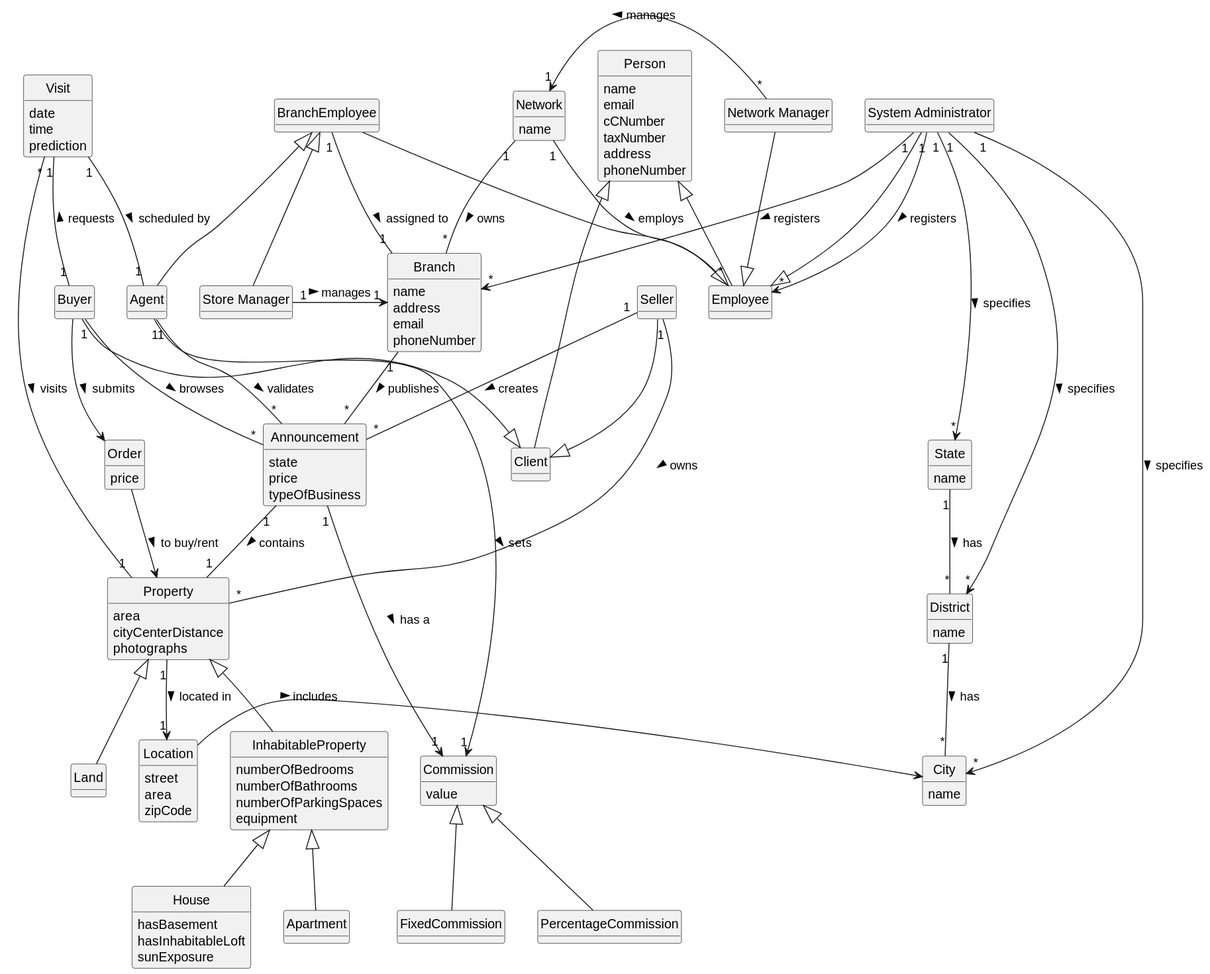
The PlantUML diagram docs/sprintD/global-artifacts/02.analysis/svg/project-domain-model.svg in tiagohcorreia/LAPR2, before a commit.
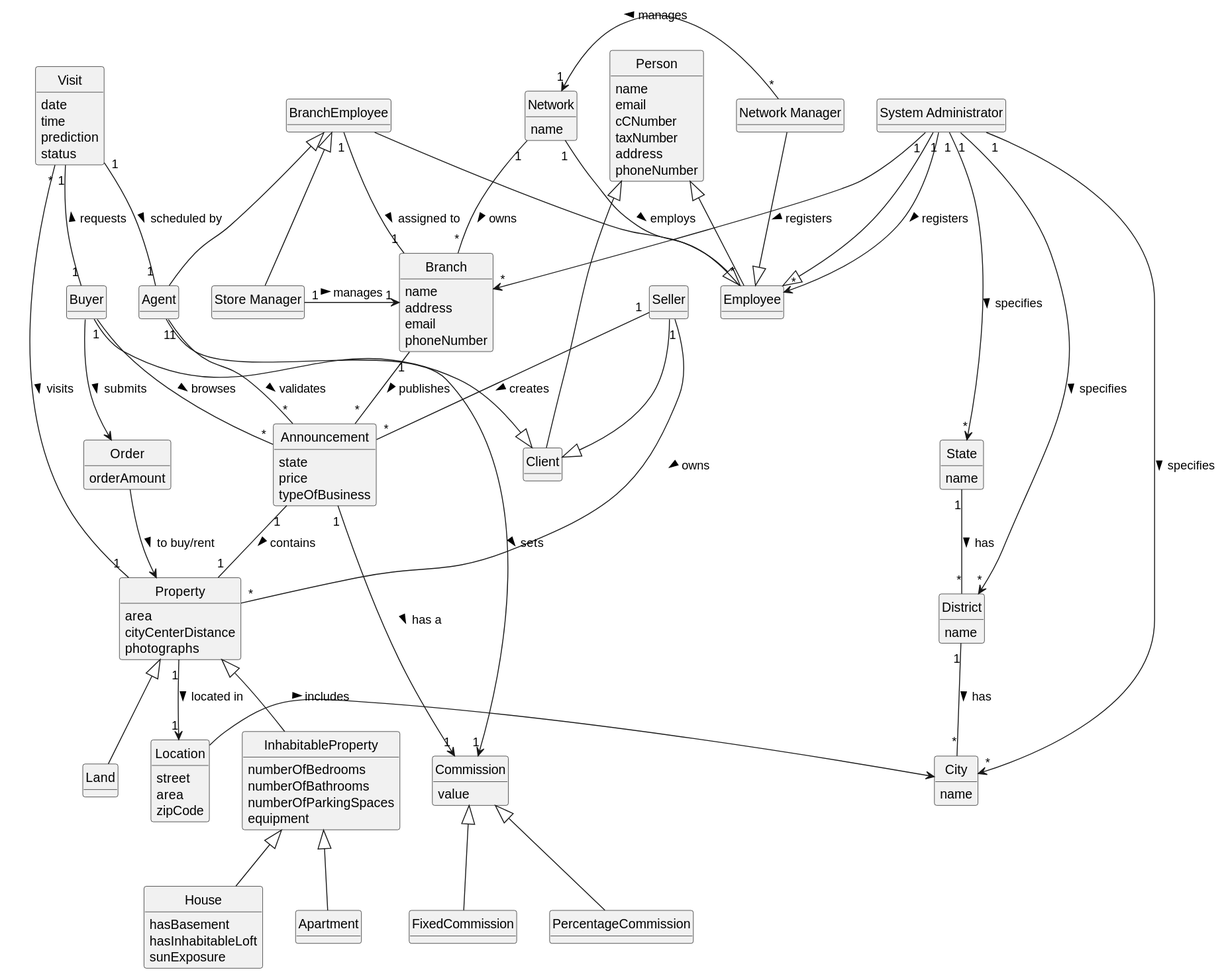
The same file after the commit.

Change to the diagram source:
```diff
@@ -60,10 +60,11 @@
 date
 time
 prediction
+status
 }
 
 class Order{
-price
+orderAmount
 }
 
 class Commission{
```
